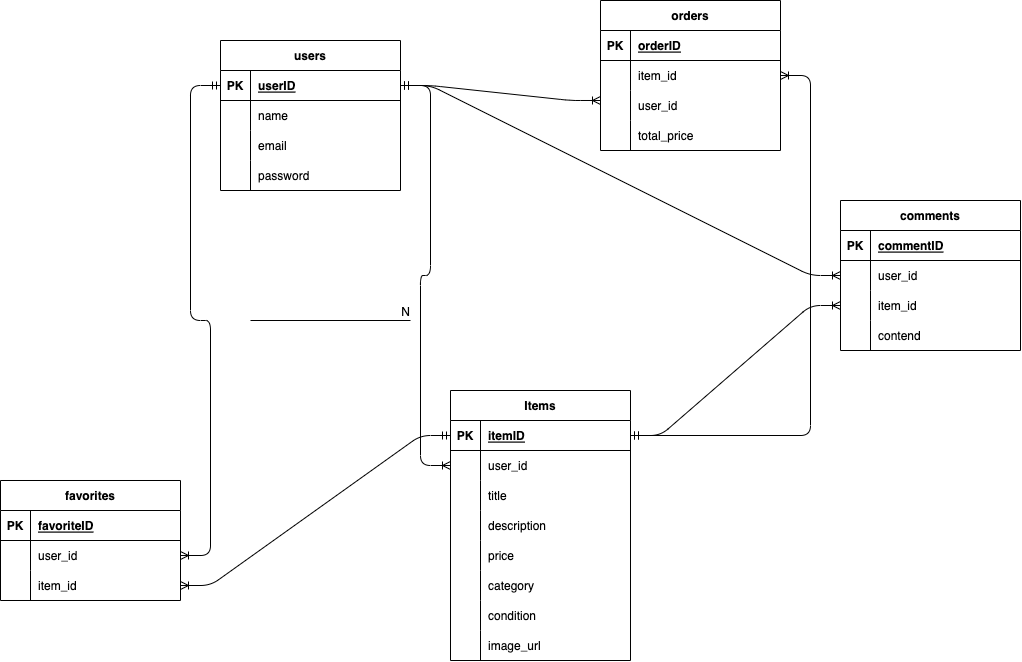
yanagimuneyoshi/furima keeps this draw.io diagram as src/index.drawio.png. Above is the earlier version. Source tidied: cells renumbered, new cells last; positions are measured from the earlier drawing's top-left corner, leaving out a move shared by most shapes.
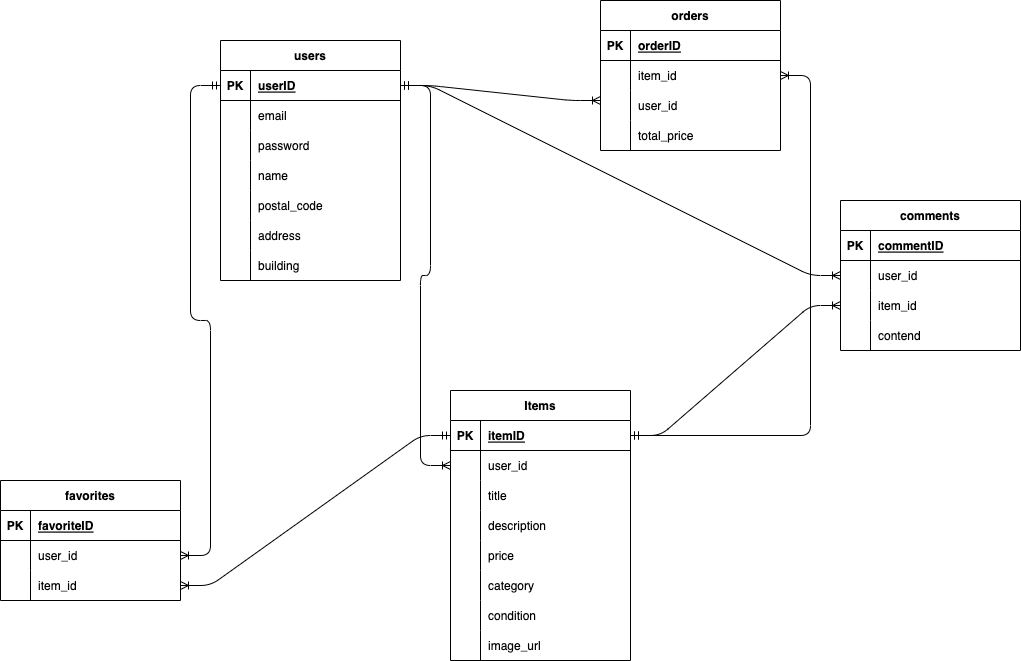
The same file after the commit.

Diff of the diagram source:
```diff
@@ -3,7 +3,7 @@
     <mxCell id="0" />
     <mxCell id="1" parent="0" />
     <mxCell id="2" value="users" style="shape=table;startSize=30;rowLines=0;fontStyle=1;align=center;" parent="1" vertex="1">
-      <mxGeometry x="220" y="40" width="180" height="150" as="geometry" />
+      <mxGeometry x="220" y="40" width="180" height="240" as="geometry" />
     </mxCell>
     <mxCell id="3" style="shape=tableRow;horizontal=0;startSize=0;swimlaneHead=0;swimlaneBody=0;fillColor=none;points=[[0,0.5],[1,0.5]];portConstraint=eastwest;top=0;left=0;right=0;bottom=1;" parent="2" vertex="1">
       <mxGeometry y="30" width="180" height="30" as="geometry" />
@@ -14,17 +14,8 @@
     <mxCell id="5" value="userID" style="shape=partialRectangle;fillColor=none;top=0;left=0;bottom=0;right=0;align=left;spacingLeft=6;fontStyle=5;overflow=hidden;" parent="3" vertex="1">
       <mxGeometry x="30" width="150" height="30" as="geometry" />
     </mxCell>
-    <mxCell id="6" style="shape=tableRow;horizontal=0;startSize=0;swimlaneHead=0;swimlaneBody=0;fillColor=none;top=0;left=0;right=0;bottom=0;" parent="2" vertex="1">
-      <mxGeometry y="60" width="180" height="30" as="geometry" />
-    </mxCell>
-    <mxCell id="7" style="shape=partialRectangle;fillColor=none;top=0;left=0;bottom=0;right=0;overflow=hidden;" parent="6" vertex="1">
-      <mxGeometry width="30" height="30" as="geometry" />
-    </mxCell>
-    <mxCell id="8" value="name" style="shape=partialRectangle;fillColor=none;top=0;left=0;bottom=0;right=0;align=left;spacingLeft=6;overflow=hidden;" parent="6" vertex="1">
-      <mxGeometry x="30" width="150" height="30" as="geometry" />
-    </mxCell>
     <mxCell id="9" style="shape=tableRow;horizontal=0;startSize=0;swimlaneHead=0;swimlaneBody=0;fillColor=none;top=0;left=0;right=0;bottom=0;" parent="2" vertex="1">
-      <mxGeometry y="90" width="180" height="30" as="geometry" />
+      <mxGeometry y="60" width="180" height="30" as="geometry" />
     </mxCell>
     <mxCell id="10" style="shape=partialRectangle;fillColor=none;top=0;left=0;bottom=0;right=0;overflow=hidden;" parent="9" vertex="1">
       <mxGeometry width="30" height="30" as="geometry" />
@@ -33,7 +24,7 @@
       <mxGeometry x="30" width="150" height="30" as="geometry" />
     </mxCell>
     <mxCell id="12" style="shape=tableRow;horizontal=0;startSize=0;swimlaneHead=0;swimlaneBody=0;fillColor=none;top=0;left=0;right=0;bottom=0;" parent="2" vertex="1">
-      <mxGeometry y="120" width="180" height="30" as="geometry" />
+      <mxGeometry y="90" width="180" height="30" as="geometry" />
     </mxCell>
     <mxCell id="13" style="shape=partialRectangle;fillColor=none;top=0;left=0;bottom=0;right=0;overflow=hidden;" parent="12" vertex="1">
       <mxGeometry width="30" height="30" as="geometry" />
@@ -41,6 +32,42 @@
     <mxCell id="14" value="password" style="shape=partialRectangle;fillColor=none;top=0;left=0;bottom=0;right=0;align=left;spacingLeft=6;overflow=hidden;" parent="12" vertex="1">
       <mxGeometry x="30" width="150" height="30" as="geometry" />
     </mxCell>
+    <mxCell id="83" style="shape=tableRow;horizontal=0;startSize=0;swimlaneHead=0;swimlaneBody=0;fillColor=none;top=0;left=0;right=0;bottom=0;" parent="2" vertex="1">
+      <mxGeometry y="120" width="180" height="30" as="geometry" />
+    </mxCell>
+    <mxCell id="84" style="shape=partialRectangle;fillColor=none;top=0;left=0;bottom=0;right=0;overflow=hidden;" parent="83" vertex="1">
+      <mxGeometry width="30" height="30" as="geometry" />
+    </mxCell>
+    <mxCell id="8" value="name" style="shape=partialRectangle;fillColor=none;top=0;left=0;bottom=0;right=0;align=left;spacingLeft=6;overflow=hidden;" parent="83" vertex="1">
+      <mxGeometry x="30" width="150" height="30" as="geometry" />
+    </mxCell>
+    <mxCell id="85" style="shape=tableRow;horizontal=0;startSize=0;swimlaneHead=0;swimlaneBody=0;fillColor=none;top=0;left=0;right=0;bottom=0;" parent="2" vertex="1">
+      <mxGeometry y="150" width="180" height="30" as="geometry" />
+    </mxCell>
+    <mxCell id="86" style="shape=partialRectangle;fillColor=none;top=0;left=0;bottom=0;right=0;overflow=hidden;" parent="85" vertex="1">
+      <mxGeometry width="30" height="30" as="geometry" />
+    </mxCell>
+    <mxCell id="87" value="postal_code" style="shape=partialRectangle;fillColor=none;top=0;left=0;bottom=0;right=0;align=left;spacingLeft=6;overflow=hidden;" parent="85" vertex="1">
+      <mxGeometry x="30" width="150" height="30" as="geometry" />
+    </mxCell>
+    <mxCell id="88" style="shape=tableRow;horizontal=0;startSize=0;swimlaneHead=0;swimlaneBody=0;fillColor=none;top=0;left=0;right=0;bottom=0;" parent="2" vertex="1">
+      <mxGeometry y="180" width="180" height="30" as="geometry" />
+    </mxCell>
+    <mxCell id="89" style="shape=partialRectangle;fillColor=none;top=0;left=0;bottom=0;right=0;overflow=hidden;" parent="88" vertex="1">
+      <mxGeometry width="30" height="30" as="geometry" />
+    </mxCell>
+    <mxCell id="90" value="address" style="shape=partialRectangle;fillColor=none;top=0;left=0;bottom=0;right=0;align=left;spacingLeft=6;overflow=hidden;" parent="88" vertex="1">
+      <mxGeometry x="30" width="150" height="30" as="geometry" />
+    </mxCell>
+    <mxCell id="91" style="shape=tableRow;horizontal=0;startSize=0;swimlaneHead=0;swimlaneBody=0;fillColor=none;top=0;left=0;right=0;bottom=0;" parent="2" vertex="1">
+      <mxGeometry y="210" width="180" height="30" as="geometry" />
+    </mxCell>
+    <mxCell id="92" style="shape=partialRectangle;fillColor=none;top=0;left=0;bottom=0;right=0;overflow=hidden;" parent="91" vertex="1">
+      <mxGeometry width="30" height="30" as="geometry" />
+    </mxCell>
+    <mxCell id="93" value="building" style="shape=partialRectangle;fillColor=none;top=0;left=0;bottom=0;right=0;align=left;spacingLeft=6;overflow=hidden;" parent="91" vertex="1">
+      <mxGeometry x="30" width="150" height="30" as="geometry" />
+    </mxCell>
     <mxCell id="15" value="orders" style="shape=table;startSize=30;rowLines=0;fontStyle=1;align=center;" parent="1" vertex="1">
       <mxGeometry x="600" width="180" height="150" as="geometry" />
     </mxCell>
@@ -247,14 +274,5 @@
     <mxCell id="82" style="edgeStyle=entityRelationEdgeStyle;fontSize=12;html=1;endArrow=ERoneToMany;startArrow=ERmandOne;exitX=1;exitY=0.5;exitDx=0;exitDy=0;entryX=0;entryY=0.5;entryDx=0;entryDy=0;" parent="1" edge="1" source="29" target="70">
       <mxGeometry relative="1" as="geometry" />
     </mxCell>
-    <mxCell id="83" style="endArrow=none;html=1;rounded=0;" parent="1" edge="1">
-      <mxGeometry relative="1" as="geometry">
-        <mxPoint x="250" y="320" as="sourcePoint" />
-        <mxPoint x="410" y="320" as="targetPoint" />
-      </mxGeometry>
-    </mxCell>
-    <mxCell id="84" value="N" style="html=1;align=right;verticalAlign=bottom;" parent="83" vertex="1">
-      <mxGeometry x="1" relative="1" as="geometry" />
-    </mxCell>
   </root>
 </mxGraphModel>
```
